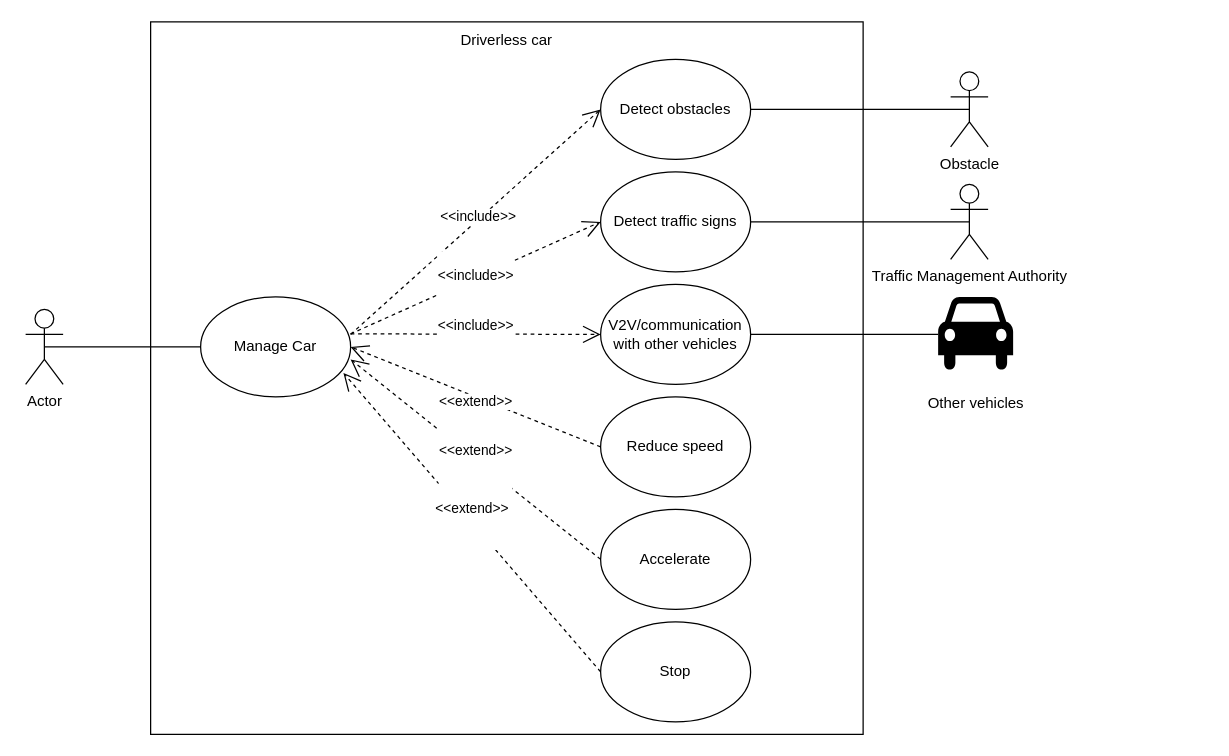
This is Untitled Diagram.drawio from AdamsUthman/driverless_car_UML, a draw.io file, before an edit. Source tidied: cells renumbered, new cells numbered last; positions are measured from the earlier drawing's top-left corner, leaving out a move shared by most shapes. Both pictures are drawn from the tidied source at 125%, with x=0, y=0 at pixel (25, 21).
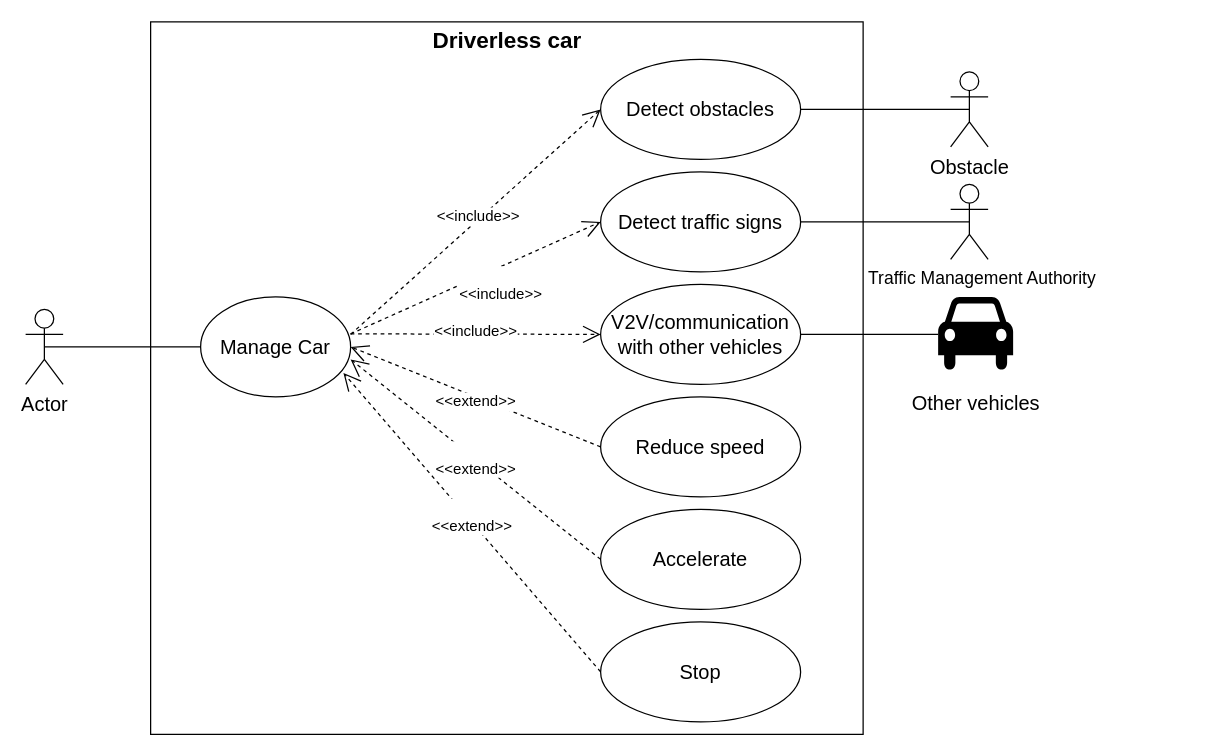
After the change.

The change refers to these unchanged cells:
```xml
<mxCell id="3" style="group;" parent="2" vertex="1">
  <mxGeometry width="670" height="570" as="geometry" />
</mxCell>
```

What changed in the source:
```diff
@@
     <mxCell id="2" style="group;" parent="1" vertex="1">
-      <mxGeometry width="810" height="570" as="geometry" />
+      <mxGeometry width="945" height="570" as="geometry" />
     </mxCell>
@@
-    <mxCell id="5" value="Driverless car" style="text;html=1;strokeColor=none;fillColor=none;align=center;verticalAlign=middle;whiteSpace=wrap;rounded=0;" parent="3" vertex="1">
-      <mxGeometry x="335" width="100" height="30" as="geometry" />
+    <mxCell id="5" value="&lt;font style=&quot;font-size: 18px;&quot;&gt;&lt;b&gt;Driverless car&lt;/b&gt;&lt;/font&gt;" style="text;html=1;strokeColor=none;fillColor=none;align=center;verticalAlign=middle;whiteSpace=wrap;rounded=0;" parent="3" vertex="1">
+      <mxGeometry x="317.5" width="135" height="30" as="geometry" />
     </mxCell>
-    <mxCell id="6" value="Manage Car" style="ellipse;whiteSpace=wrap;html=1;" parent="3" vertex="1">
+    <mxCell id="6" value="Manage Car" style="ellipse;whiteSpace=wrap;html=1;fontSize=16;" parent="3" vertex="1">
       <mxGeometry x="140" y="220" width="120" height="80" as="geometry" />
     </mxCell>
-    <mxCell id="7" value="Detect obstacles" style="ellipse;whiteSpace=wrap;html=1;" parent="3" vertex="1">
-      <mxGeometry x="460" y="30" width="120" height="80" as="geometry" />
+    <mxCell id="7" value="Detect obstacles" style="ellipse;whiteSpace=wrap;html=1;fontSize=16;" parent="3" vertex="1">
+      <mxGeometry x="460" y="30" width="160" height="80" as="geometry" />
     </mxCell>
-    <mxCell id="8" value="V2V/communication&lt;br&gt;with other vehicles" style="ellipse;whiteSpace=wrap;html=1;" parent="3" vertex="1">
-      <mxGeometry x="460" y="210" width="120" height="80" as="geometry" />
+    <mxCell id="8" value="V2V/communication&lt;br style=&quot;font-size: 16px;&quot;&gt;with other vehicles" style="ellipse;whiteSpace=wrap;html=1;fontSize=16;" parent="3" vertex="1">
+      <mxGeometry x="460" y="210" width="160" height="80" as="geometry" />
     </mxCell>
-    <mxCell id="9" value="Detect traffic signs" style="ellipse;whiteSpace=wrap;html=1;" parent="3" vertex="1">
-      <mxGeometry x="460" y="120" width="120" height="80" as="geometry" />
+    <mxCell id="9" value="Detect traffic signs" style="ellipse;whiteSpace=wrap;html=1;fontSize=16;" parent="3" vertex="1">
+      <mxGeometry x="460" y="120" width="160" height="80" as="geometry" />
     </mxCell>
-    <mxCell id="10" value="Stop" style="ellipse;whiteSpace=wrap;html=1;" parent="3" vertex="1">
-      <mxGeometry x="460" y="480" width="120" height="80" as="geometry" />
+    <mxCell id="10" value="Stop" style="ellipse;whiteSpace=wrap;html=1;fontSize=16;" parent="3" vertex="1">
+      <mxGeometry x="460" y="480" width="160" height="80" as="geometry" />
     </mxCell>
-    <mxCell id="11" value="Accelerate" style="ellipse;whiteSpace=wrap;html=1;" parent="3" vertex="1">
-      <mxGeometry x="460" y="390" width="120" height="80" as="geometry" />
+    <mxCell id="11" value="Accelerate" style="ellipse;whiteSpace=wrap;html=1;fontSize=16;" parent="3" vertex="1">
+      <mxGeometry x="460" y="390" width="160" height="80" as="geometry" />
     </mxCell>
-    <mxCell id="12" value="Reduce speed" style="ellipse;whiteSpace=wrap;html=1;" parent="3" vertex="1">
-      <mxGeometry x="460" y="300" width="120" height="80" as="geometry" />
+    <mxCell id="12" value="Reduce speed" style="ellipse;whiteSpace=wrap;html=1;fontSize=16;" parent="3" vertex="1">
+      <mxGeometry x="460" y="300" width="160" height="80" as="geometry" />
     </mxCell>
-    <mxCell id="13" value="&amp;lt;&amp;lt;include&amp;gt;&amp;gt;" style="endArrow=open;endSize=12;dashed=1;html=1;rounded=0;entryX=0;entryY=0.5;entryDx=0;entryDy=0;strokeWidth=1;align=center;textDirection=ltr;" parent="3" edge="1" target="7">
+    <mxCell id="13" value="&lt;font style=&quot;font-size: 12px;&quot;&gt;&amp;lt;&amp;lt;include&amp;gt;&amp;gt;&lt;/font&gt;" style="endArrow=open;endSize=12;dashed=1;html=1;rounded=0;entryX=0;entryY=0.5;entryDx=0;entryDy=0;strokeWidth=1;align=center;textDirection=ltr;" parent="3" edge="1" target="7">
       <mxGeometry x="0.03" y="2" relative="1" as="geometry">
         <mxPoint x="260" y="250" as="sourcePoint" />
       </mxGeometry>
     </mxCell>
-    <mxCell id="14" value="&#10;&lt;span style=&quot;color: rgb(0, 0, 0); font-family: Helvetica; font-size: 11px; font-style: normal; font-variant-ligatures: normal; font-variant-caps: normal; font-weight: 400; letter-spacing: normal; orphans: 2; text-align: center; text-indent: 0px; text-transform: none; widows: 2; word-spacing: 0px; -webkit-text-stroke-width: 0px; background-color: rgb(255, 255, 255); text-decoration-thickness: initial; text-decoration-style: initial; text-decoration-color: initial; float: none; display: inline !important;&quot;&gt;&amp;lt;&amp;lt;extend&amp;gt;&amp;gt;&lt;/span&gt;&#10;&#10;" style="endArrow=open;endSize=12;dashed=1;html=1;rounded=0;strokeWidth=1;exitX=0;exitY=0.5;exitDx=0;exitDy=0;entryX=0.952;entryY=0.761;entryDx=0;entryDy=0;entryPerimeter=0;" parent="3" edge="1" source="10" target="6">
+    <mxCell id="14" value="&lt;font style=&quot;font-size: 12px;&quot;&gt;&lt;br&gt;&lt;span style=&quot;color: rgb(0, 0, 0); font-family: Helvetica; font-style: normal; font-variant-ligatures: normal; font-variant-caps: normal; font-weight: 400; letter-spacing: normal; orphans: 2; text-align: center; text-indent: 0px; text-transform: none; widows: 2; word-spacing: 0px; -webkit-text-stroke-width: 0px; background-color: rgb(255, 255, 255); text-decoration-thickness: initial; text-decoration-style: initial; text-decoration-color: initial; float: none; display: inline !important;&quot;&gt;&amp;lt;&amp;lt;extend&amp;gt;&amp;gt;&lt;/span&gt;&lt;br&gt;&lt;/font&gt;" style="endArrow=open;endSize=12;dashed=1;html=1;rounded=0;strokeWidth=1;exitX=0;exitY=0.5;exitDx=0;exitDy=0;entryX=0.952;entryY=0.761;entryDx=0;entryDy=0;entryPerimeter=0;" parent="3" edge="1" source="10" target="6">
       <mxGeometry x="0.02" y="-3" relative="1" as="geometry" />
     </mxCell>
-    <mxCell id="15" value="&#10;&lt;span style=&quot;color: rgb(0, 0, 0); font-family: Helvetica; font-size: 11px; font-style: normal; font-variant-ligatures: normal; font-variant-caps: normal; font-weight: 400; letter-spacing: normal; orphans: 2; text-align: center; text-indent: 0px; text-transform: none; widows: 2; word-spacing: 0px; -webkit-text-stroke-width: 0px; background-color: rgb(255, 255, 255); text-decoration-thickness: initial; text-decoration-style: initial; text-decoration-color: initial; float: none; display: inline !important;&quot;&gt;&amp;lt;&amp;lt;extend&amp;gt;&amp;gt;&lt;/span&gt;&#10;&#10;" style="endArrow=open;endSize=12;dashed=1;html=1;rounded=0;strokeWidth=1;exitX=0;exitY=0.5;exitDx=0;exitDy=0;" parent="3" edge="1" source="11">
+    <mxCell id="15" value="&lt;font style=&quot;font-size: 12px;&quot;&gt;&lt;br&gt;&lt;span style=&quot;color: rgb(0, 0, 0); font-family: Helvetica; font-style: normal; font-variant-ligatures: normal; font-variant-caps: normal; font-weight: 400; letter-spacing: normal; orphans: 2; text-align: center; text-indent: 0px; text-transform: none; widows: 2; word-spacing: 0px; -webkit-text-stroke-width: 0px; background-color: rgb(255, 255, 255); text-decoration-thickness: initial; text-decoration-style: initial; text-decoration-color: initial; float: none; display: inline !important;&quot;&gt;&amp;lt;&amp;lt;extend&amp;gt;&amp;gt;&lt;/span&gt;&lt;br&gt;&lt;/font&gt;" style="endArrow=open;endSize=12;dashed=1;html=1;rounded=0;strokeWidth=1;exitX=0;exitY=0.5;exitDx=0;exitDy=0;" parent="3" edge="1" source="11">
       <mxGeometry relative="1" as="geometry">
         <mxPoint x="260" y="270" as="targetPoint" />
       </mxGeometry>
     </mxCell>
-    <mxCell id="16" value="&amp;lt;&amp;lt;extend&amp;gt;&amp;gt;" style="endArrow=open;endSize=12;dashed=1;html=1;rounded=0;strokeWidth=1;exitX=0;exitY=0.5;exitDx=0;exitDy=0;entryX=1;entryY=0.5;entryDx=0;entryDy=0;" parent="3" edge="1" source="12" target="6">
+    <mxCell id="16" value="&lt;font style=&quot;font-size: 12px;&quot;&gt;&amp;lt;&amp;lt;extend&amp;gt;&amp;gt;&lt;/font&gt;" style="endArrow=open;endSize=12;dashed=1;html=1;rounded=0;strokeWidth=1;exitX=0;exitY=0.5;exitDx=0;exitDy=0;entryX=1;entryY=0.5;entryDx=0;entryDy=0;" parent="3" edge="1" source="12" target="6">
       <mxGeometry x="-0.02" y="4" relative="1" as="geometry" />
     </mxCell>
-    <mxCell id="17" value="&#10;&lt;span style=&quot;color: rgb(0, 0, 0); font-family: Helvetica; font-size: 11px; font-style: normal; font-variant-ligatures: normal; font-variant-caps: normal; font-weight: 400; letter-spacing: normal; orphans: 2; text-indent: 0px; text-transform: none; widows: 2; word-spacing: 0px; -webkit-text-stroke-width: 0px; background-color: rgb(255, 255, 255); text-decoration-thickness: initial; text-decoration-style: initial; text-decoration-color: initial; float: none; display: inline !important;&quot;&gt;&amp;lt;&amp;lt;include&amp;gt;&amp;gt;&lt;/span&gt;&#10;&#10;" style="endArrow=open;endSize=12;dashed=1;html=1;rounded=0;strokeWidth=1;entryX=0;entryY=0.5;entryDx=0;entryDy=0;verticalAlign=middle;align=center;horizontal=1;" parent="3" edge="1" target="8">
-      <mxGeometry relative="1" as="geometry">
+    <mxCell id="17" value="&lt;font style=&quot;font-size: 12px;&quot;&gt;&lt;br&gt;&lt;span style=&quot;color: rgb(0, 0, 0); font-family: Helvetica; font-style: normal; font-variant-ligatures: normal; font-variant-caps: normal; font-weight: 400; letter-spacing: normal; orphans: 2; text-indent: 0px; text-transform: none; widows: 2; word-spacing: 0px; -webkit-text-stroke-width: 0px; background-color: rgb(255, 255, 255); text-decoration-thickness: initial; text-decoration-style: initial; text-decoration-color: initial; float: none; display: inline !important;&quot;&gt;&amp;lt;&amp;lt;include&amp;gt;&amp;gt;&lt;/span&gt;&lt;br&gt;&lt;/font&gt;" style="endArrow=open;endSize=12;dashed=1;html=1;rounded=0;strokeWidth=1;entryX=0;entryY=0.5;entryDx=0;entryDy=0;verticalAlign=middle;align=center;horizontal=1;" parent="3" edge="1" target="8">
+      <mxGeometry y="10" relative="1" as="geometry">
         <mxPoint x="260" y="249.6" as="sourcePoint" />
       </mxGeometry>
     </mxCell>
-    <mxCell id="18" value="&#10;&lt;span style=&quot;color: rgb(0, 0, 0); font-family: Helvetica; font-size: 11px; font-style: normal; font-variant-ligatures: normal; font-variant-caps: normal; font-weight: 400; letter-spacing: normal; orphans: 2; text-align: center; text-indent: 0px; text-transform: none; widows: 2; word-spacing: 0px; -webkit-text-stroke-width: 0px; background-color: rgb(255, 255, 255); text-decoration-thickness: initial; text-decoration-style: initial; text-decoration-color: initial; float: none; display: inline !important;&quot;&gt;&amp;lt;&amp;lt;include&amp;gt;&amp;gt;&lt;/span&gt;&#10;&#10;" style="endArrow=open;endSize=12;dashed=1;html=1;rounded=0;strokeWidth=1;entryX=0;entryY=0.5;entryDx=0;entryDy=0;" parent="3" edge="1" target="9">
-      <mxGeometry x="-0.02" y="-5" relative="1" as="geometry">
+    <mxCell id="18" value="&lt;font style=&quot;font-size: 12px;&quot;&gt;&lt;br&gt;&lt;span style=&quot;color: rgb(0, 0, 0); font-family: Helvetica; font-style: normal; font-variant-ligatures: normal; font-variant-caps: normal; font-weight: 400; letter-spacing: normal; orphans: 2; text-align: center; text-indent: 0px; text-transform: none; widows: 2; word-spacing: 0px; -webkit-text-stroke-width: 0px; background-color: rgb(255, 255, 255); text-decoration-thickness: initial; text-decoration-style: initial; text-decoration-color: initial; float: none; display: inline !important;&quot;&gt;&amp;lt;&amp;lt;include&amp;gt;&amp;gt;&lt;/span&gt;&lt;br&gt;&lt;/font&gt;" style="endArrow=open;endSize=12;dashed=1;html=1;rounded=0;strokeWidth=1;entryX=0;entryY=0.5;entryDx=0;entryDy=0;" parent="3" edge="1" target="9">
+      <mxGeometry x="0.15" y="-13" relative="1" as="geometry">
         <mxPoint x="260" y="249.6" as="sourcePoint" />
       </mxGeometry>
     </mxCell>
-    <mxCell id="19" value="Actor" style="shape=umlActor;verticalLabelPosition=bottom;verticalAlign=top;html=1;" parent="3" vertex="1">
+    <mxCell id="19" value="&lt;font style=&quot;font-size: 16px;&quot;&gt;Actor&lt;/font&gt;" style="shape=umlActor;verticalLabelPosition=bottom;verticalAlign=top;html=1;" parent="3" vertex="1">
       <mxGeometry y="230" width="30" height="60" as="geometry" />
     </mxCell>
-    <mxCell id="20" value="Obstacle" style="shape=umlActor;verticalLabelPosition=bottom;verticalAlign=top;html=1;labelPosition=center;align=center;" parent="2" vertex="1">
+    <mxCell id="20" value="&lt;font style=&quot;font-size: 16px;&quot;&gt;Obstacle&lt;/font&gt;" style="shape=umlActor;verticalLabelPosition=bottom;verticalAlign=top;html=1;labelPosition=center;align=center;" parent="2" vertex="1">
       <mxGeometry x="740" y="40" width="30" height="60" as="geometry" />
     </mxCell>
-    <mxCell id="21" value="Traffic Management Authority" style="shape=umlActor;verticalLabelPosition=bottom;verticalAlign=top;html=1;" parent="2" vertex="1">
+    <mxCell id="21" style="shape=umlActor;verticalLabelPosition=bottom;verticalAlign=top;html=1;" parent="2" vertex="1">
       <mxGeometry x="740" y="130" width="30" height="60" as="geometry" />
     </mxCell>
@@
-    <mxCell id="27" value="Other vehicles" style="text;html=1;align=center;verticalAlign=middle;strokeColor=none;fillColor=none;" parent="2" vertex="1">
-      <mxGeometry x="710" y="290" width="100" height="30" as="geometry" />
+    <mxCell id="27" value="&lt;font style=&quot;font-size: 16px;&quot;&gt;Other vehicles&lt;/font&gt;" style="text;html=1;align=center;verticalAlign=middle;strokeColor=none;fillColor=none;" parent="2" vertex="1">
+      <mxGeometry x="695" y="290" width="130" height="30" as="geometry" />
     </mxCell>
+    <mxCell id="28" value="&lt;span style=&quot;font-size: 14px;&quot;&gt;Traffic Management Authority&lt;/span&gt;" style="text;html=1;align=center;verticalAlign=middle;strokeColor=none;fillColor=none;fontSize=14;" parent="2" vertex="1">
+      <mxGeometry x="660" y="190" width="210" height="30" as="geometry" />
+    </mxCell>
```
